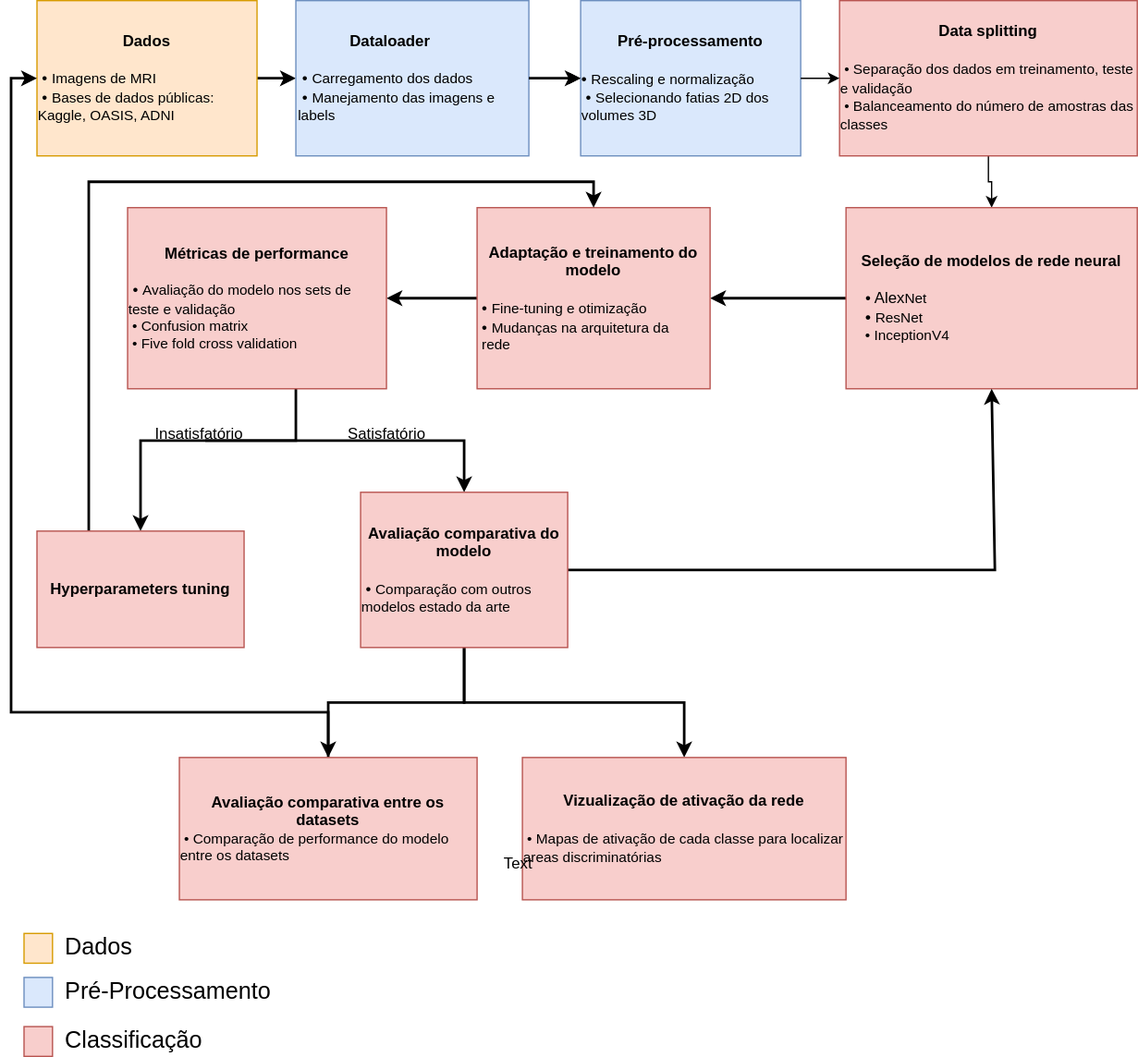
Before: projetos/AlzClass/workflow.drawio.svg, a diagram exported from draw.io (Disciplinas-FEEC/IA901-2023S1). Source tidied: cells renumbered, new cells last; positions are measured from the earlier drawing's top-left corner, leaving out a move shared by most shapes. Source of this version:
```xml
<mxGraphModel>
  <root>
    <mxCell id="0" />
    <mxCell id="1" parent="0" />
    <mxCell id="2" style="edgeStyle=orthogonalEdgeStyle;rounded=0;jettySize=auto;html=1;strokeWidth=2;" parent="1" edge="1" source="3" target="5">
      <mxGeometry relative="1" as="geometry" />
    </mxCell>
    <mxCell id="3" value="&lt;b&gt;Dados&lt;br&gt;&lt;/b&gt;&lt;br&gt;&lt;div style=&quot;text-align: left;&quot;&gt;&lt;span style=&quot;background-color: initial;&quot;&gt;&amp;nbsp;•&amp;nbsp;&lt;/span&gt;&lt;span style=&quot;background-color: initial; font-size: 11px;&quot;&gt;Imagens de MRI&amp;nbsp;&lt;/span&gt;&lt;/div&gt;&lt;div style=&quot;text-align: left;&quot;&gt;&lt;span style=&quot;background-color: initial;&quot;&gt;&amp;nbsp;•&amp;nbsp;&lt;/span&gt;&lt;span style=&quot;background-color: initial; font-size: 11px;&quot;&gt;Bases de dados públicas: Kaggle, OASIS, ADNI&lt;/span&gt;&lt;/div&gt;" style="rounded=0;whiteSpace=wrap;html=1;fontFamily=Helvetica;fillColor=#ffe6cc;strokeColor=#d79b00;" parent="1" vertex="1">
      <mxGeometry x="20" width="170" height="120" as="geometry" />
    </mxCell>
    <mxCell id="4" style="edgeStyle=orthogonalEdgeStyle;rounded=0;jettySize=auto;html=1;" parent="1" edge="1" source="5" target="8">
      <mxGeometry relative="1" as="geometry" />
    </mxCell>
    <mxCell id="5" value="&lt;blockquote style=&quot;margin: 0 0 0 40px; border: none; padding: 0px;&quot;&gt;&lt;b style=&quot;&quot;&gt;&lt;font style=&quot;font-size: 12px;&quot;&gt;Dataloader&lt;/font&gt;&lt;/b&gt;&lt;/blockquote&gt;&lt;blockquote style=&quot;margin: 0 0 0 40px; border: none; padding: 0px;&quot;&gt;&lt;b style=&quot;&quot;&gt;&lt;font style=&quot;font-size: 12px;&quot;&gt;&lt;br&gt;&lt;/font&gt;&lt;/b&gt;&lt;/blockquote&gt;&lt;span style=&quot;text-align: center;&quot;&gt;&amp;nbsp;•&lt;b&gt;&amp;nbsp;&lt;/b&gt;&lt;/span&gt;&lt;span style=&quot;background-color: initial; font-size: 11px;&quot;&gt;Carregamento dos dados&lt;/span&gt;&lt;span style=&quot;text-align: center;&quot;&gt;&lt;br&gt;&lt;/span&gt;&amp;nbsp;•&amp;nbsp;&lt;span style=&quot;background-color: initial; font-size: 11px;&quot;&gt;Manejamento das imagens e&amp;nbsp; labels&lt;/span&gt;" style="rounded=0;whiteSpace=wrap;html=1;align=left;fontFamily=Helvetica;fillColor=#dae8fc;strokeColor=#6c8ebf;" parent="1" vertex="1">
      <mxGeometry x="220" width="180" height="120" as="geometry" />
    </mxCell>
    <mxCell id="6" style="edgeStyle=orthogonalEdgeStyle;rounded=0;jettySize=auto;html=1;" parent="1" edge="1" source="7" target="10">
      <mxGeometry relative="1" as="geometry" />
    </mxCell>
    <mxCell id="7" value="&lt;b&gt;Data splitting&lt;br&gt;&lt;/b&gt;&lt;br&gt;&lt;div style=&quot;text-align: left;&quot;&gt;&lt;span style=&quot;font-size: 11px; background-color: initial;&quot;&gt;&amp;nbsp;•&amp;nbsp;Separação dos dados em treinamento, teste e validação&lt;/span&gt;&lt;/div&gt;&lt;div style=&quot;text-align: left;&quot;&gt;&lt;span style=&quot;background-color: initial; font-size: 11px;&quot;&gt;&amp;nbsp;• &lt;/span&gt;&lt;span style=&quot;background-color: initial;&quot;&gt;&lt;font style=&quot;font-size: 11px;&quot;&gt;Balanceamento do número de amostras das classes&lt;/font&gt;&lt;/span&gt;&lt;/div&gt;" style="rounded=0;whiteSpace=wrap;html=1;fontFamily=Helvetica;fillColor=#f8cecc;strokeColor=#b85450;" parent="1" vertex="1">
      <mxGeometry x="640" width="230" height="120" as="geometry" />
    </mxCell>
    <mxCell id="8" value="&lt;div style=&quot;&quot;&gt;&lt;span style=&quot;background-color: initial;&quot;&gt;&lt;b&gt;Pré-processamento&lt;/b&gt;&lt;/span&gt;&lt;/div&gt;&lt;div style=&quot;&quot;&gt;&lt;span style=&quot;background-color: initial;&quot;&gt;&lt;b&gt;&lt;br&gt;&lt;/b&gt;&lt;/span&gt;&lt;/div&gt;&lt;div style=&quot;text-align: left;&quot;&gt;&lt;span style=&quot;background-color: initial;&quot;&gt;•&amp;nbsp;&lt;/span&gt;&lt;span style=&quot;background-color: initial; font-size: 11px;&quot;&gt;Rescaling e&amp;nbsp;normalização&lt;/span&gt;&lt;/div&gt;&lt;span style=&quot;font-size: 11px; background-color: initial;&quot;&gt;&lt;div style=&quot;text-align: left;&quot;&gt;&lt;span style=&quot;background-color: initial; font-size: 12px;&quot;&gt;&amp;nbsp;•&amp;nbsp;&lt;/span&gt;&lt;span style=&quot;background-color: initial;&quot;&gt;Selecionando fatias 2D dos volumes 3D&lt;/span&gt;&lt;/div&gt;&lt;/span&gt;" style="rounded=0;whiteSpace=wrap;html=1;fontFamily=Helvetica;fillColor=#dae8fc;strokeColor=#6c8ebf;" parent="1" vertex="1">
      <mxGeometry x="440" width="170" height="120" as="geometry" />
    </mxCell>
    <mxCell id="9" style="edgeStyle=orthogonalEdgeStyle;rounded=0;jettySize=auto;html=1;fontFamily=Helvetica;strokeWidth=2;" parent="1" edge="1" source="10" target="14">
      <mxGeometry relative="1" as="geometry" />
    </mxCell>
    <mxCell id="10" value="&lt;font style=&quot;font-size: 11px;&quot;&gt;&lt;b style=&quot;font-size: 12px;&quot;&gt;Seleção de modelos de rede neural&lt;br&gt;&lt;br&gt;&lt;div style=&quot;text-align: left;&quot;&gt;&amp;nbsp;&lt;span style=&quot;font-weight: 400; text-align: center;&quot;&gt;• Alex&lt;/span&gt;&lt;span style=&quot;font-size: 11px; background-color: initial; font-weight: normal;&quot;&gt;Net&lt;/span&gt;&lt;/div&gt;&lt;div style=&quot;text-align: left;&quot;&gt;&amp;nbsp;•&amp;nbsp;&lt;span style=&quot;background-color: initial; font-size: 11px; font-weight: normal;&quot;&gt;ResNet&lt;/span&gt;&lt;span style=&quot;font-size: 11px; background-color: initial; font-weight: normal;&quot;&gt;&lt;br&gt;&lt;/span&gt;&lt;/div&gt;&lt;div style=&quot;text-align: left;&quot;&gt;&lt;font style=&quot;font-size: 11px; background-color: initial; font-weight: normal;&quot;&gt;&amp;nbsp;&lt;/font&gt;&lt;font style=&quot;font-size: 11px; background-color: initial; font-weight: normal;&quot;&gt;•&amp;nbsp;InceptionV4&lt;/font&gt;&lt;/div&gt;&lt;/b&gt;&lt;/font&gt;" style="rounded=0;whiteSpace=wrap;html=1;fontFamily=Helvetica;fillColor=#f8cecc;strokeColor=#b85450;" parent="1" vertex="1">
      <mxGeometry x="645" y="160" width="225" height="140" as="geometry" />
    </mxCell>
    <mxCell id="11" style="endArrow=classic;html=1;rounded=0;exitX=1;exitY=0.5;exitDx=0;exitDy=0;fontFamily=Helvetica;" parent="1" edge="1" source="8" target="7">
      <mxGeometry relative="1" as="geometry" />
    </mxCell>
    <mxCell id="12" style="endArrow=classic;html=1;rounded=0;exitX=1;exitY=0.5;exitDx=0;exitDy=0;fontFamily=Helvetica;entryX=0;entryY=0.5;entryDx=0;entryDy=0;strokeWidth=2;" parent="1" edge="1" source="5" target="8">
      <mxGeometry relative="1" as="geometry" />
    </mxCell>
    <mxCell id="13" style="edgeStyle=orthogonalEdgeStyle;rounded=0;jettySize=auto;html=1;fontFamily=Helvetica;strokeWidth=2;" parent="1" edge="1" source="14" target="16">
      <mxGeometry relative="1" as="geometry" />
    </mxCell>
    <mxCell id="14" value="&lt;b&gt;Adaptação e treinamento do modelo&lt;br&gt;&lt;/b&gt;&lt;br&gt;&lt;div style=&quot;text-align: left; font-size: 11px;&quot;&gt;&amp;nbsp;&lt;span style=&quot;font-size: 12px; text-align: center;&quot;&gt;•&amp;nbsp;&lt;/span&gt;&lt;span style=&quot;background-color: initial;&quot;&gt;&lt;font style=&quot;font-size: 11px;&quot;&gt;Fine-tuning e otimização&lt;/font&gt;&lt;/span&gt;&lt;/div&gt;&lt;div style=&quot;text-align: left; font-size: 11px;&quot;&gt;&lt;font style=&quot;font-size: 11px;&quot;&gt;&amp;nbsp;&lt;/font&gt;&lt;span style=&quot;font-size: 12px; text-align: center;&quot;&gt;•&amp;nbsp;&lt;/span&gt;&lt;span style=&quot;background-color: initial;&quot;&gt;&lt;font style=&quot;font-size: 11px;&quot;&gt;Mudanças na arquitetura da&amp;nbsp; &amp;nbsp;rede&lt;/font&gt;&lt;/span&gt;&lt;/div&gt;" style="rounded=0;whiteSpace=wrap;html=1;fontFamily=Helvetica;fillColor=#f8cecc;strokeColor=#b85450;" parent="1" vertex="1">
      <mxGeometry x="360" y="160" width="180" height="140" as="geometry" />
    </mxCell>
    <mxCell id="15" style="edgeStyle=orthogonalEdgeStyle;rounded=0;jettySize=auto;html=1;fontFamily=Helvetica;strokeWidth=2;" parent="1" edge="1" source="16" target="18">
      <mxGeometry relative="1" as="geometry">
        <Array as="points">
          <mxPoint x="220" y="340" />
          <mxPoint x="100" y="340" />
        </Array>
      </mxGeometry>
    </mxCell>
    <mxCell id="16" value="&lt;b&gt;Métricas de performance&lt;br&gt;&lt;/b&gt;&lt;br&gt;&lt;div style=&quot;text-align: left;&quot;&gt;&lt;span style=&quot;background-color: initial;&quot;&gt;&amp;nbsp;•&amp;nbsp;&lt;/span&gt;&lt;span style=&quot;background-color: initial; font-size: 11px;&quot;&gt;Avaliação do modelo nos sets de teste e validação&lt;/span&gt;&lt;/div&gt;&lt;font style=&quot;font-size: 11px;&quot;&gt;&lt;div style=&quot;text-align: left;&quot;&gt;&lt;span style=&quot;background-color: initial;&quot;&gt;&amp;nbsp;•&amp;nbsp;&lt;/span&gt;&lt;span style=&quot;background-color: initial;&quot;&gt;Confusion matrix&lt;/span&gt;&lt;/div&gt;&lt;div style=&quot;text-align: left;&quot;&gt;&lt;span style=&quot;background-color: initial;&quot;&gt;&amp;nbsp;•&amp;nbsp;&lt;/span&gt;&lt;span style=&quot;background-color: initial; text-align: left;&quot;&gt;Five fold cross validation&lt;/span&gt;&lt;/div&gt;&lt;/font&gt;" style="rounded=0;whiteSpace=wrap;html=1;fontFamily=Helvetica;fillColor=#f8cecc;strokeColor=#b85450;" parent="1" vertex="1">
      <mxGeometry x="90" y="160" width="200" height="140" as="geometry" />
    </mxCell>
    <mxCell id="17" style="edgeStyle=orthogonalEdgeStyle;rounded=0;jettySize=auto;html=1;exitX=0.25;exitY=0;exitDx=0;exitDy=0;entryX=0.5;entryY=0;entryDx=0;entryDy=0;strokeWidth=2;" parent="1" edge="1" source="18" target="14">
      <mxGeometry relative="1" as="geometry">
        <Array as="points">
          <mxPoint x="60" y="140" />
          <mxPoint x="450" y="140" />
        </Array>
      </mxGeometry>
    </mxCell>
    <mxCell id="18" value="&lt;b&gt;Hyperparameters tuning&lt;/b&gt;" style="rounded=0;whiteSpace=wrap;html=1;fontFamily=Helvetica;fillColor=#f8cecc;strokeColor=#b85450;" parent="1" vertex="1">
      <mxGeometry x="20" y="410" width="160" height="90" as="geometry" />
    </mxCell>
    <mxCell id="19" style="endArrow=classic;html=1;rounded=0;entryX=0.5;entryY=0;entryDx=0;entryDy=0;fontFamily=Helvetica;strokeWidth=2;" parent="1" edge="1" target="23">
      <mxGeometry relative="1" as="geometry">
        <mxPoint x="150" y="340" as="sourcePoint" />
        <Array as="points">
          <mxPoint x="220" y="340" />
          <mxPoint x="350" y="340" />
        </Array>
      </mxGeometry>
    </mxCell>
    <mxCell id="20" style="endArrow=classic;html=1;rounded=0;exitX=1;exitY=0.5;exitDx=0;exitDy=0;entryX=0.5;entryY=1;entryDx=0;entryDy=0;fontFamily=Helvetica;strokeWidth=2;" parent="1" edge="1" source="23" target="10">
      <mxGeometry relative="1" as="geometry">
        <Array as="points">
          <mxPoint x="760" y="440" />
        </Array>
      </mxGeometry>
    </mxCell>
    <mxCell id="21" style="edgeStyle=orthogonalEdgeStyle;rounded=0;jettySize=auto;html=1;strokeWidth=2;" parent="1" edge="1" source="23" target="27">
      <mxGeometry relative="1" as="geometry" />
    </mxCell>
    <mxCell id="22" style="edgeStyle=orthogonalEdgeStyle;rounded=0;jettySize=auto;html=1;exitX=0.5;exitY=1;exitDx=0;exitDy=0;entryX=0.5;entryY=0;entryDx=0;entryDy=0;strokeWidth=2;" parent="1" edge="1" source="23" target="28">
      <mxGeometry relative="1" as="geometry" />
    </mxCell>
    <mxCell id="23" value="&lt;b&gt;Avaliação comparativa do modelo&lt;br&gt;&amp;nbsp;&lt;/b&gt;&lt;br&gt;&lt;div style=&quot;text-align: left;&quot;&gt;&lt;span style=&quot;background-color: initial;&quot;&gt;&amp;nbsp;•&amp;nbsp;&lt;/span&gt;&lt;span style=&quot;background-color: initial; font-size: 11px; text-align: left;&quot;&gt;Comparação com outros modelos estado da arte&lt;/span&gt;&lt;/div&gt;" style="rounded=0;whiteSpace=wrap;html=1;fontFamily=Helvetica;fillColor=#f8cecc;strokeColor=#b85450;" parent="1" vertex="1">
      <mxGeometry x="270" y="380" width="160" height="120" as="geometry" />
    </mxCell>
    <mxCell id="24" value="Satisfatório" style="text;html=1;align=center;verticalAlign=middle;strokeColor=none;fillColor=none;fontFamily=Helvetica;" parent="1" vertex="1">
      <mxGeometry x="250" y="320" width="80" height="30" as="geometry" />
    </mxCell>
    <mxCell id="25" value="Insatisfatório" style="text;html=1;align=center;verticalAlign=middle;strokeColor=none;fillColor=none;fontFamily=Helvetica;" parent="1" vertex="1">
      <mxGeometry x="100" y="320" width="90" height="30" as="geometry" />
    </mxCell>
    <mxCell id="26" style="edgeStyle=orthogonalEdgeStyle;rounded=0;jettySize=auto;html=1;entryX=0;entryY=0.5;entryDx=0;entryDy=0;strokeWidth=2;" parent="1" edge="1" source="27" target="3">
      <mxGeometry relative="1" as="geometry">
        <Array as="points">
          <mxPoint x="245" y="550" />
          <mxPoint y="550" />
          <mxPoint y="60" />
        </Array>
      </mxGeometry>
    </mxCell>
    <mxCell id="27" value="&lt;font style=&quot;&quot;&gt;&lt;b style=&quot;&quot;&gt;&lt;font style=&quot;font-size: 12px;&quot;&gt;Avaliação comparativa entre os datasets&lt;/font&gt;&lt;/b&gt;&lt;br&gt;&lt;/font&gt;&lt;div style=&quot;text-align: left; font-size: 11px;&quot;&gt;&lt;font style=&quot;font-size: 11px;&quot;&gt;&amp;nbsp;• Comparação de performance do modelo entre os datasets&lt;/font&gt;&lt;br&gt;&lt;/div&gt;" style="rounded=0;whiteSpace=wrap;html=1;fontFamily=Helvetica;fillColor=#f8cecc;strokeColor=#b85450;" parent="1" vertex="1">
      <mxGeometry x="130" y="585" width="230" height="110" as="geometry" />
    </mxCell>
    <mxCell id="28" value="&lt;span style=&quot;text-align: left; background-color: initial;&quot;&gt;&lt;b&gt;Vizualização de ativação da rede&lt;br&gt;&lt;br&gt;&lt;div style=&quot;text-align: left;&quot;&gt;&lt;span style=&quot;background-color: initial; font-size: 11px; font-weight: normal; text-align: center;&quot;&gt;&amp;nbsp;• Mapas de ativação de cada classe para localizar areas discriminatórias&lt;/span&gt;&lt;/div&gt;&lt;/b&gt;&lt;/span&gt;" style="rounded=0;whiteSpace=wrap;html=1;fontFamily=Helvetica;fillColor=#f8cecc;strokeColor=#b85450;" parent="1" vertex="1">
      <mxGeometry x="395" y="585" width="250" height="110" as="geometry" />
    </mxCell>
    <mxCell id="29" value="&lt;font style=&quot;font-size: 18px;&quot;&gt;Dados&lt;/font&gt;" style="rounded=0;whiteSpace=wrap;html=1;fillColor=none;strokeColor=none;align=left;" parent="1" vertex="1">
      <mxGeometry x="40" y="720" width="120" height="24" as="geometry" />
    </mxCell>
    <mxCell id="30" style="rounded=0;whiteSpace=wrap;html=1;fillColor=#ffe6cc;strokeColor=#d79b00;" parent="1" vertex="1">
      <mxGeometry x="10" y="721" width="22" height="23" as="geometry" />
    </mxCell>
    <mxCell id="31" value="Text" style="text;html=1;strokeColor=none;fillColor=none;align=center;verticalAlign=middle;whiteSpace=wrap;rounded=0;" parent="1" vertex="1">
      <mxGeometry x="362" y="652" width="60" height="30" as="geometry" />
    </mxCell>
    <mxCell id="32" value="&lt;font style=&quot;font-size: 18px;&quot;&gt;Pré-Processamento&lt;/font&gt;" style="rounded=0;whiteSpace=wrap;html=1;fillColor=none;strokeColor=none;align=left;" parent="1" vertex="1">
      <mxGeometry x="40" y="754" width="171" height="24" as="geometry" />
    </mxCell>
    <mxCell id="33" style="rounded=0;whiteSpace=wrap;html=1;fillColor=#dae8fc;strokeColor=#6c8ebf;" parent="1" vertex="1">
      <mxGeometry x="10" y="755" width="22" height="23" as="geometry" />
    </mxCell>
    <mxCell id="34" value="&lt;font style=&quot;font-size: 18px;&quot;&gt;Classificação&lt;/font&gt;" style="rounded=0;whiteSpace=wrap;html=1;fillColor=none;strokeColor=none;align=left;" parent="1" vertex="1">
      <mxGeometry x="40" y="792" width="120" height="24" as="geometry" />
    </mxCell>
    <mxCell id="35" style="rounded=0;whiteSpace=wrap;html=1;fillColor=#f8cecc;strokeColor=#b85450;" parent="1" vertex="1">
      <mxGeometry x="10" y="793" width="22" height="23" as="geometry" />
    </mxCell>
  </root>
</mxGraphModel>
```
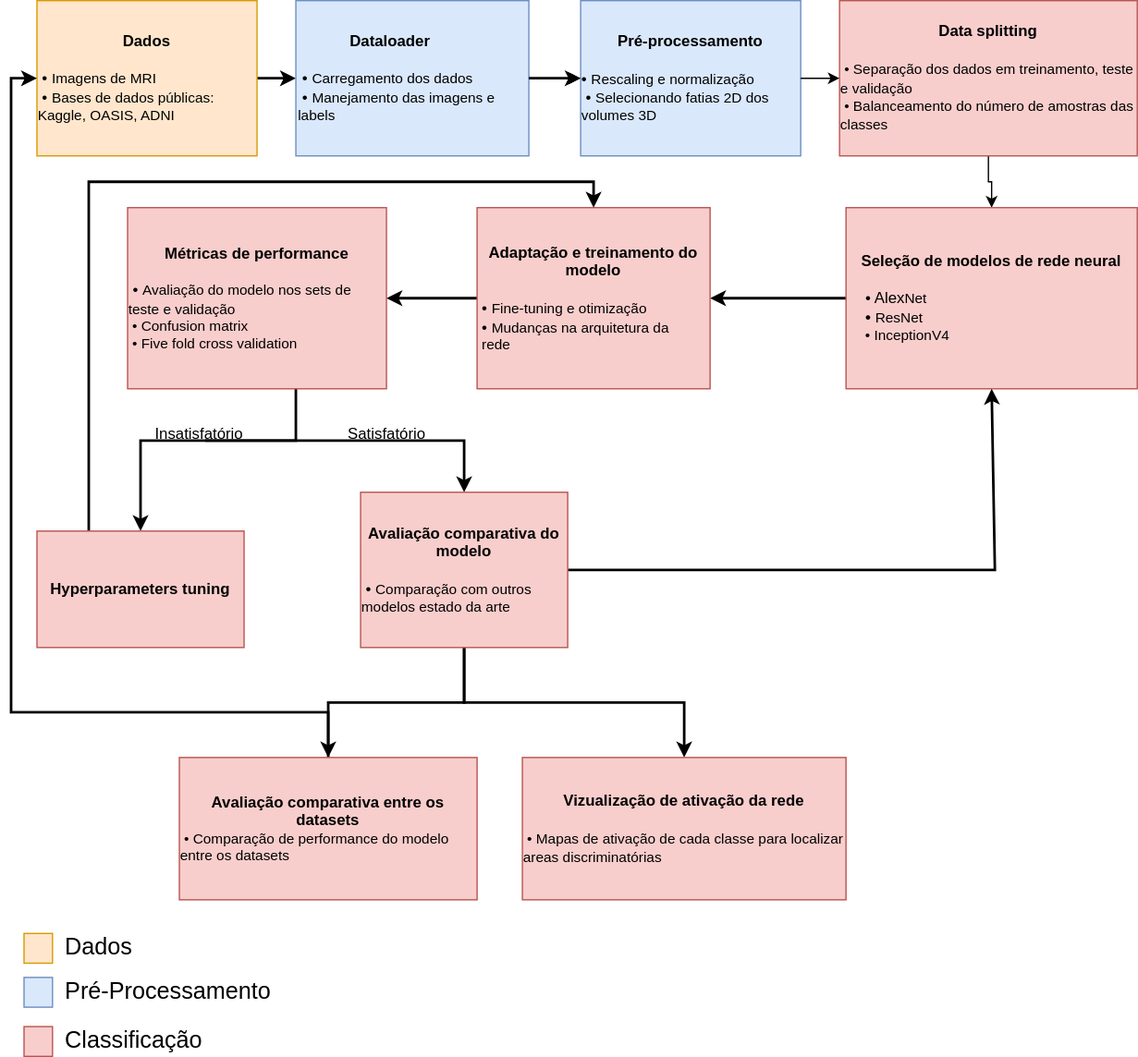
The same file after the commit.

The edit, as a diff of the source:
```diff
@@ -115,9 +115,6 @@
     <mxCell id="30" style="rounded=0;whiteSpace=wrap;html=1;fillColor=#ffe6cc;strokeColor=#d79b00;" parent="1" vertex="1">
       <mxGeometry x="10" y="721" width="22" height="23" as="geometry" />
     </mxCell>
-    <mxCell id="31" value="Text" style="text;html=1;strokeColor=none;fillColor=none;align=center;verticalAlign=middle;whiteSpace=wrap;rounded=0;" parent="1" vertex="1">
-      <mxGeometry x="362" y="652" width="60" height="30" as="geometry" />
-    </mxCell>
     <mxCell id="32" value="&lt;font style=&quot;font-size: 18px;&quot;&gt;Pré-Processamento&lt;/font&gt;" style="rounded=0;whiteSpace=wrap;html=1;fillColor=none;strokeColor=none;align=left;" parent="1" vertex="1">
       <mxGeometry x="40" y="754" width="171" height="24" as="geometry" />
     </mxCell>
```
